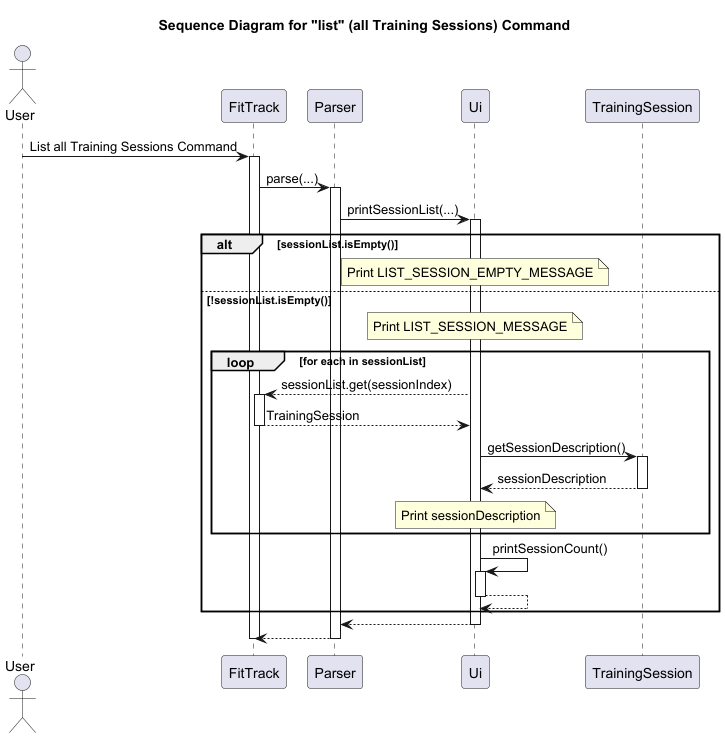
The PlantUML diagram docs/Images/Sequence_ListTrainingSessions.png in nus-cs2113-AY2425S1/tp, before a commit.
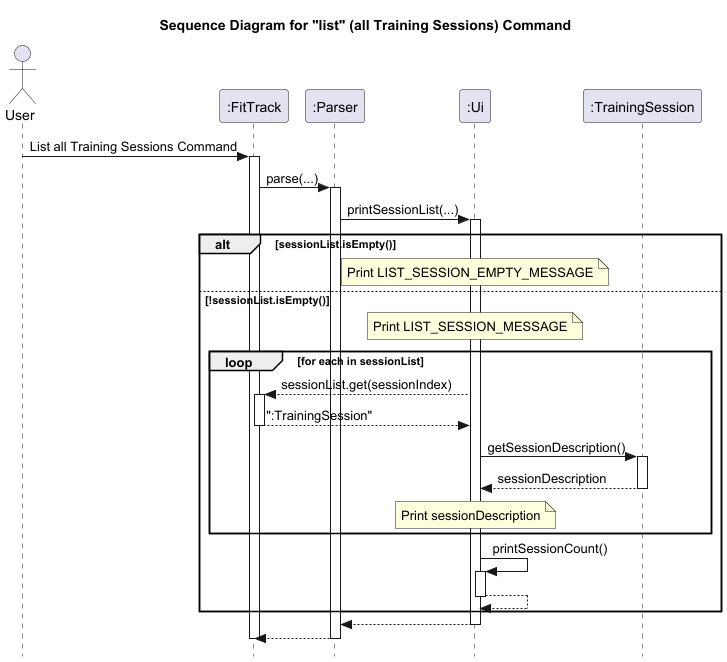
Above is the later version.

What changed in the source:
```diff
@@ -1,52 +1,53 @@
 @startuml
 title Sequence Diagram for "list" (all Training Sessions) Command
+skinparam style strictuml
 
 actor User
-participant FitTrack
-participant Parser
-participant Ui
-participant TrainingSession
+participant ":FitTrack"
+participant ":Parser"
+participant ":Ui"
+participant ":TrainingSession"
 
-User -> FitTrack: List all Training Sessions Command
-activate FitTrack
-FitTrack -> Parser: parse(...)
-activate Parser
-Parser -> Ui: printSessionList(...)
+User -> ":FitTrack": List all Training Sessions Command
+activate ":FitTrack"
+":FitTrack" -> ":Parser": parse(...)
+activate ":Parser"
+":Parser" -> ":Ui": printSessionList(...)
 
-activate Ui
+activate ":Ui"
 
 alt sessionList.isEmpty()
-    note over Ui
+    note over ":Ui"
         Print LIST_SESSION_EMPTY_MESSAGE
     end note
 else !sessionList.isEmpty()
-    note over Ui
+    note over ":Ui"
         Print LIST_SESSION_MESSAGE
     end note
     loop for each in sessionList
-        Ui --> FitTrack: sessionList.get(sessionIndex)
-        activate FitTrack
-        FitTrack --> Ui: TrainingSession
-        deactivate FitTrack
+        ":Ui" --> ":FitTrack": sessionList.get(sessionIndex)
+        activate ":FitTrack"
+        ":FitTrack" --> ":Ui": ":TrainingSession"
+        deactivate ":FitTrack"
 
-        Ui -> TrainingSession: getSessionDescription()
-        activate TrainingSession
-        TrainingSession --> Ui: sessionDescription
-        deactivate TrainingSession
+        ":Ui" -> ":TrainingSession": getSessionDescription()
+        activate ":TrainingSession"
+        ":TrainingSession" --> ":Ui": sessionDescription
+        deactivate ":TrainingSession"
 
-        note over Ui
+        note over ":Ui"
             Print sessionDescription
         end note
     end
-    Ui -> Ui: printSessionCount()
-    activate Ui
-    Ui --> Ui
-    deactivate Ui
+    ":Ui" -> ":Ui": printSessionCount()
+    activate ":Ui"
+    ":Ui" --> ":Ui"
+    deactivate ":Ui"
 end
-Ui --> Parser
-deactivate Ui
-Parser --> FitTrack
-deactivate Parser
-deactivate FitTrack
+":Ui" --> ":Parser"
+deactivate ":Ui"
+":Parser" --> ":FitTrack"
+deactivate ":Parser"
+deactivate ":FitTrack"
 
 @enduml
```
